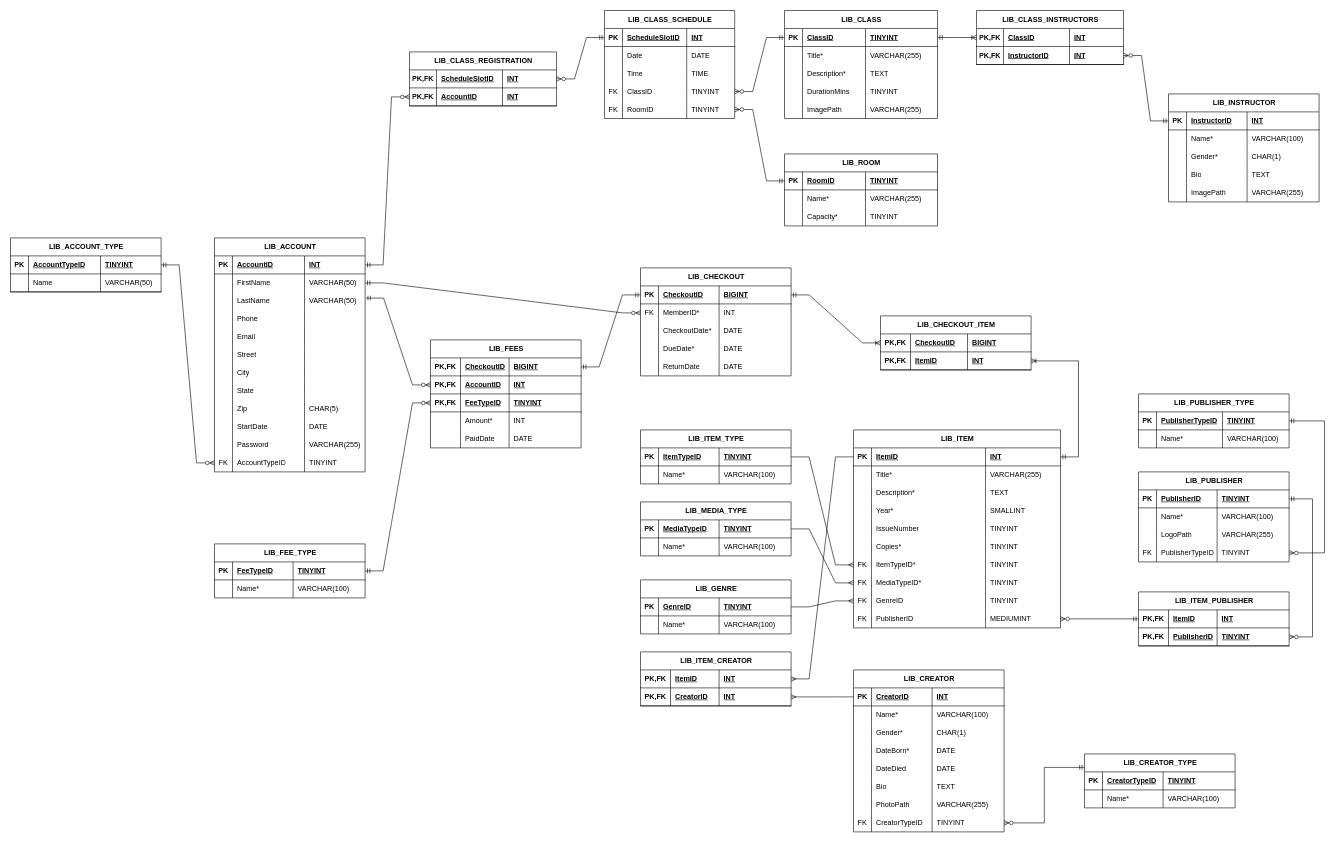
Before: config/library-erd.drawio in adambushman/public-library-web-app, a draw.io diagram. Source tidied: cells renumbered, new cells numbered last; positions are measured from the earlier drawing's top-left corner, leaving out a move shared by most shapes. Both pictures are drawn from the tidied source at 60%, with x=0, y=0 at pixel (10, 10).
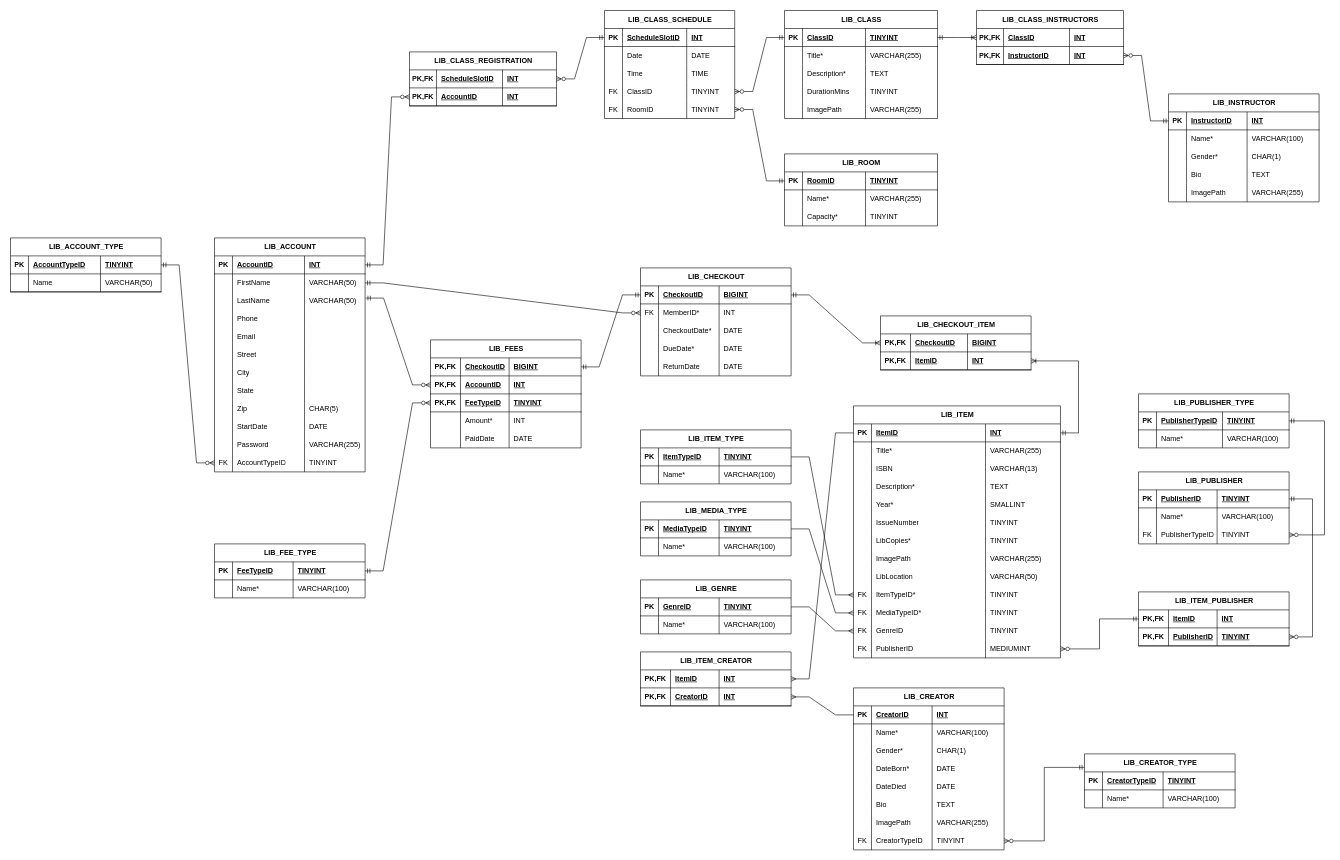
The same page after the edit.

The change refers to these unchanged cells:
```xml
<mxCell id="107" style="shape=tableRow;horizontal=0;startSize=0;swimlaneHead=0;swimlaneBody=0;fillColor=none;points=[[0,0.5],[1,0.5]];portConstraint=eastwest;top=0;left=0;right=0;bottom=1;" parent="106" vertex="1">
  <mxGeometry y="30" width="251" height="30" as="geometry" />
</mxCell>
<mxCell id="165" style="shape=tableRow;horizontal=0;startSize=0;swimlaneHead=0;swimlaneBody=0;fillColor=none;top=0;left=0;right=0;bottom=0;" parent="140" vertex="1">
  <mxGeometry y="210" width="251" height="30" as="geometry" />
</mxCell>
```

What changed in the source:
```diff
@@
     <mxCell id="2" value="LIB_ITEM" style="shape=table;startSize=30;childLayout=tableLayout;rowLines=0;fontStyle=1;align=center;html=1;" parent="1" vertex="1">
-      <mxGeometry x="1405" y="699" width="345" height="330" as="geometry" />
+      <mxGeometry x="1405" y="659" width="345" height="420" as="geometry" />
     </mxCell>
@@
+    <mxCell id="390" style="shape=tableRow;horizontal=0;startSize=0;swimlaneHead=0;swimlaneBody=0;fillColor=none;top=0;left=0;right=0;bottom=0;" parent="2" vertex="1">
+      <mxGeometry y="90" width="345" height="30" as="geometry" />
+    </mxCell>
+    <mxCell id="391" style="shape=partialRectangle;fillColor=none;top=0;left=0;bottom=0;right=0;overflow=hidden;whiteSpace=wrap;html=1;" parent="390" vertex="1">
+      <mxGeometry width="30" height="30" as="geometry" />
+    </mxCell>
+    <mxCell id="392" value="ISBN" style="shape=partialRectangle;fillColor=none;top=0;left=0;bottom=0;right=0;align=left;spacingLeft=6;overflow=hidden;whiteSpace=wrap;html=1;" parent="390" vertex="1">
+      <mxGeometry x="30" width="190" height="30" as="geometry" />
+    </mxCell>
+    <mxCell id="393" value="VARCHAR(13)" style="shape=partialRectangle;fillColor=none;top=0;left=0;bottom=0;right=0;align=left;spacingLeft=6;overflow=hidden;whiteSpace=wrap;html=1;" parent="390" vertex="1">
+      <mxGeometry x="220" width="125" height="30" as="geometry" />
+    </mxCell>
     <mxCell id="11" style="shape=tableRow;horizontal=0;startSize=0;swimlaneHead=0;swimlaneBody=0;fillColor=none;top=0;left=0;right=0;bottom=0;" parent="2" vertex="1">
-      <mxGeometry y="90" width="345" height="30" as="geometry" />
+      <mxGeometry y="120" width="345" height="30" as="geometry" />
     </mxCell>
@@
     <mxCell id="15" style="shape=tableRow;horizontal=0;startSize=0;swimlaneHead=0;swimlaneBody=0;fillColor=none;top=0;left=0;right=0;bottom=0;" parent="2" vertex="1">
-      <mxGeometry y="120" width="345" height="30" as="geometry" />
+      <mxGeometry y="150" width="345" height="30" as="geometry" />
     </mxCell>
@@
     <mxCell id="19" style="shape=tableRow;horizontal=0;startSize=0;swimlaneHead=0;swimlaneBody=0;fillColor=none;top=0;left=0;right=0;bottom=0;" parent="2" vertex="1">
-      <mxGeometry y="150" width="345" height="30" as="geometry" />
+      <mxGeometry y="180" width="345" height="30" as="geometry" />
     </mxCell>
@@
     <mxCell id="23" style="shape=tableRow;horizontal=0;startSize=0;swimlaneHead=0;swimlaneBody=0;fillColor=none;top=0;left=0;right=0;bottom=0;" parent="2" vertex="1">
-      <mxGeometry y="180" width="345" height="30" as="geometry" />
+      <mxGeometry y="210" width="345" height="30" as="geometry" />
     </mxCell>
@@
-    <mxCell id="25" value="Copies*" style="shape=partialRectangle;fillColor=none;top=0;left=0;bottom=0;right=0;align=left;spacingLeft=6;overflow=hidden;whiteSpace=wrap;html=1;" parent="23" vertex="1">
+    <mxCell id="25" value="Lib&lt;span style=&quot;background-color: initial;&quot;&gt;Copies*&lt;/span&gt;" style="shape=partialRectangle;fillColor=none;top=0;left=0;bottom=0;right=0;align=left;spacingLeft=6;overflow=hidden;whiteSpace=wrap;html=1;" parent="23" vertex="1">
       <mxGeometry x="30" width="190" height="30" as="geometry" />
     </mxCell>
@@
+    <mxCell id="394" style="shape=tableRow;horizontal=0;startSize=0;swimlaneHead=0;swimlaneBody=0;fillColor=none;top=0;left=0;right=0;bottom=0;" parent="2" vertex="1">
+      <mxGeometry y="240" width="345" height="30" as="geometry" />
+    </mxCell>
+    <mxCell id="395" style="shape=partialRectangle;fillColor=none;top=0;left=0;bottom=0;right=0;overflow=hidden;whiteSpace=wrap;html=1;" parent="394" vertex="1">
+      <mxGeometry width="30" height="30" as="geometry" />
+    </mxCell>
+    <mxCell id="396" value="ImagePath" style="shape=partialRectangle;fillColor=none;top=0;left=0;bottom=0;right=0;align=left;spacingLeft=6;overflow=hidden;whiteSpace=wrap;html=1;" parent="394" vertex="1">
+      <mxGeometry x="30" width="190" height="30" as="geometry" />
+    </mxCell>
+    <mxCell id="101" value="VARCHAR(255)" style="shape=partialRectangle;fillColor=none;top=0;left=0;bottom=0;right=0;align=left;spacingLeft=6;overflow=hidden;whiteSpace=wrap;html=1;" parent="394" vertex="1">
+      <mxGeometry x="220" width="125" height="30" as="geometry" />
+    </mxCell>
+    <mxCell id="397" style="shape=tableRow;horizontal=0;startSize=0;swimlaneHead=0;swimlaneBody=0;fillColor=none;top=0;left=0;right=0;bottom=0;" parent="2" vertex="1">
+      <mxGeometry y="270" width="345" height="30" as="geometry" />
+    </mxCell>
+    <mxCell id="398" style="shape=partialRectangle;fillColor=none;top=0;left=0;bottom=0;right=0;overflow=hidden;whiteSpace=wrap;html=1;" parent="397" vertex="1">
+      <mxGeometry width="30" height="30" as="geometry" />
+    </mxCell>
+    <mxCell id="399" value="LibLocation" style="shape=partialRectangle;fillColor=none;top=0;left=0;bottom=0;right=0;align=left;spacingLeft=6;overflow=hidden;whiteSpace=wrap;html=1;" parent="397" vertex="1">
+      <mxGeometry x="30" width="190" height="30" as="geometry" />
+    </mxCell>
+    <mxCell id="400" value="VARCHAR(50)" style="shape=partialRectangle;fillColor=none;top=0;left=0;bottom=0;right=0;align=left;spacingLeft=6;overflow=hidden;whiteSpace=wrap;html=1;" parent="397" vertex="1">
+      <mxGeometry x="220" width="125" height="30" as="geometry" />
+    </mxCell>
     <mxCell id="27" style="shape=tableRow;horizontal=0;startSize=0;swimlaneHead=0;swimlaneBody=0;fillColor=none;points=[[0,0.5],[1,0.5]];portConstraint=eastwest;top=0;left=0;right=0;bottom=0;" parent="2" vertex="1">
-      <mxGeometry y="210" width="345" height="30" as="geometry" />
+      <mxGeometry y="300" width="345" height="30" as="geometry" />
     </mxCell>
@@
     <mxCell id="31" style="shape=tableRow;horizontal=0;startSize=0;swimlaneHead=0;swimlaneBody=0;fillColor=none;points=[[0,0.5],[1,0.5]];portConstraint=eastwest;top=0;left=0;right=0;bottom=0;" parent="2" vertex="1">
-      <mxGeometry y="240" width="345" height="30" as="geometry" />
+      <mxGeometry y="330" width="345" height="30" as="geometry" />
     </mxCell>
@@
     <mxCell id="35" style="shape=tableRow;horizontal=0;startSize=0;swimlaneHead=0;swimlaneBody=0;fillColor=none;points=[[0,0.5],[1,0.5]];portConstraint=eastwest;top=0;left=0;right=0;bottom=0;" parent="2" vertex="1">
-      <mxGeometry y="270" width="345" height="30" as="geometry" />
+      <mxGeometry y="360" width="345" height="30" as="geometry" />
     </mxCell>
@@
     <mxCell id="39" style="shape=tableRow;horizontal=0;startSize=0;swimlaneHead=0;swimlaneBody=0;fillColor=none;points=[[0,0.5],[1,0.5]];portConstraint=eastwest;top=0;left=0;right=0;bottom=0;" parent="2" vertex="1">
-      <mxGeometry y="300" width="345" height="30" as="geometry" />
+      <mxGeometry y="390" width="345" height="30" as="geometry" />
     </mxCell>
@@
     <mxCell id="89" value="LIB_PUBLISHER" style="shape=table;startSize=30;childLayout=tableLayout;rowLines=0;fontStyle=1;align=center;html=1;" parent="1" vertex="1">
-      <mxGeometry x="1880" y="769" width="251" height="150" as="geometry" />
+      <mxGeometry x="1880" y="769" width="251" height="120" as="geometry" />
     </mxCell>
@@
-    <mxCell id="98" style="shape=tableRow;horizontal=0;startSize=0;swimlaneHead=0;swimlaneBody=0;fillColor=none;top=0;left=0;right=0;bottom=0;" parent="89" vertex="1">
-      <mxGeometry y="90" width="251" height="30" as="geometry" />
-    </mxCell>
-    <mxCell id="99" style="shape=partialRectangle;fillColor=none;top=0;left=0;bottom=0;right=0;overflow=hidden;whiteSpace=wrap;html=1;" parent="98" vertex="1">
-      <mxGeometry width="30" height="30" as="geometry" />
-    </mxCell>
-    <mxCell id="100" value="LogoPath" style="shape=partialRectangle;fillColor=none;top=0;left=0;bottom=0;right=0;align=left;spacingLeft=6;overflow=hidden;whiteSpace=wrap;html=1;" parent="98" vertex="1">
-      <mxGeometry x="30" width="101" height="30" as="geometry" />
-    </mxCell>
-    <mxCell id="101" value="VARCHAR(255)" style="shape=partialRectangle;fillColor=none;top=0;left=0;bottom=0;right=0;align=left;spacingLeft=6;overflow=hidden;whiteSpace=wrap;html=1;" parent="98" vertex="1">
-      <mxGeometry x="131" width="120" height="30" as="geometry" />
-    </mxCell>
     <mxCell id="102" style="shape=tableRow;horizontal=0;startSize=0;swimlaneHead=0;swimlaneBody=0;fillColor=none;points=[[0,0.5],[1,0.5]];portConstraint=eastwest;top=0;left=0;right=0;bottom=0;" parent="89" vertex="1">
-      <mxGeometry y="120" width="251" height="30" as="geometry" />
+      <mxGeometry y="90" width="251" height="30" as="geometry" />
     </mxCell>
@@
     <mxCell id="140" value="LIB_CREATOR" style="shape=table;startSize=30;childLayout=tableLayout;rowLines=0;fontStyle=1;align=center;html=1;" parent="1" vertex="1">
-      <mxGeometry x="1405" y="1099" width="251" height="270" as="geometry" />
+      <mxGeometry x="1405" y="1129" width="251" height="270" as="geometry" />
     </mxCell>
@@
-    <mxCell id="167" value="PhotoPath" style="shape=partialRectangle;fillColor=none;top=0;left=0;bottom=0;right=0;align=left;spacingLeft=6;overflow=hidden;whiteSpace=wrap;html=1;" parent="165" vertex="1">
+    <mxCell id="167" value="ImagePath" style="shape=partialRectangle;fillColor=none;top=0;left=0;bottom=0;right=0;align=left;spacingLeft=6;overflow=hidden;whiteSpace=wrap;html=1;" parent="165" vertex="1">
       <mxGeometry x="30" width="101" height="30" as="geometry" />
     </mxCell>
@@
     <mxCell id="388" style="edgeStyle=orthogonalEdgeStyle;rounded=0;jettySize=auto;html=1;exitX=1;exitY=0.5;exitDx=0;exitDy=0;entryX=1;entryY=0.5;entryDx=0;entryDy=0;endArrow=ERmandOne;endFill=0;startArrow=ERzeroToMany;startFill=0;" parent="1" edge="1" source="102" target="107">
       <mxGeometry relative="1" as="geometry">
         <Array as="points">
-          <mxPoint x="2190" y="904" />
+          <mxPoint x="2190" y="874" />
           <mxPoint x="2190" y="684" />
         </Array>
       </mxGeometry>
     </mxCell>
```
